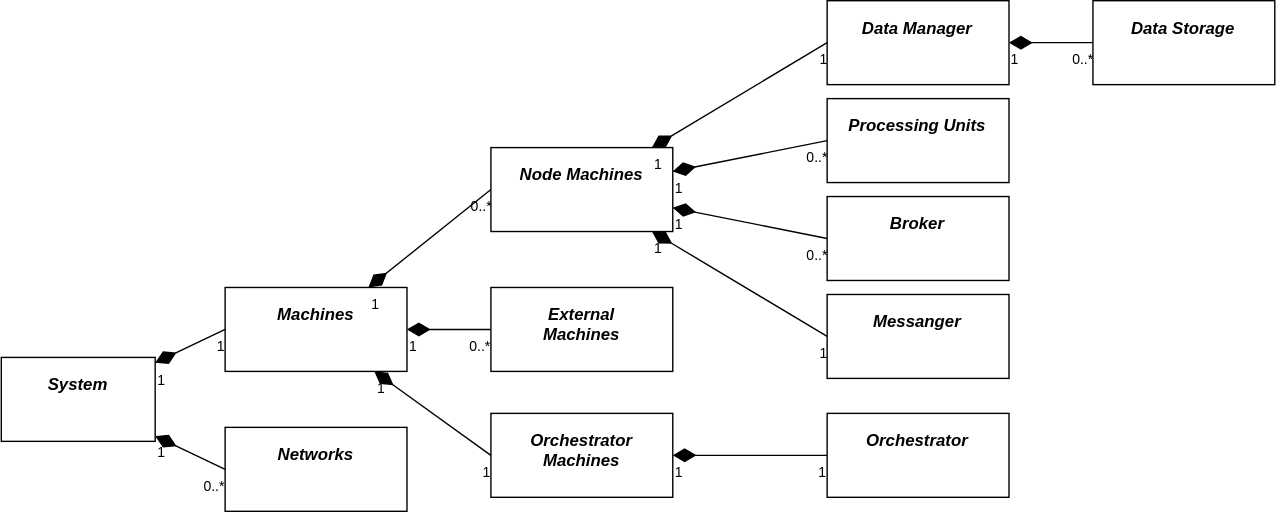
The draw.io diagram docs/draw.io/bdd.drawio.svg in happyearthbytes/first_test, before a commit. Source tidied: cells renumbered, new cells last; positions are measured from the earlier drawing's top-left corner, leaving out a move shared by most shapes.
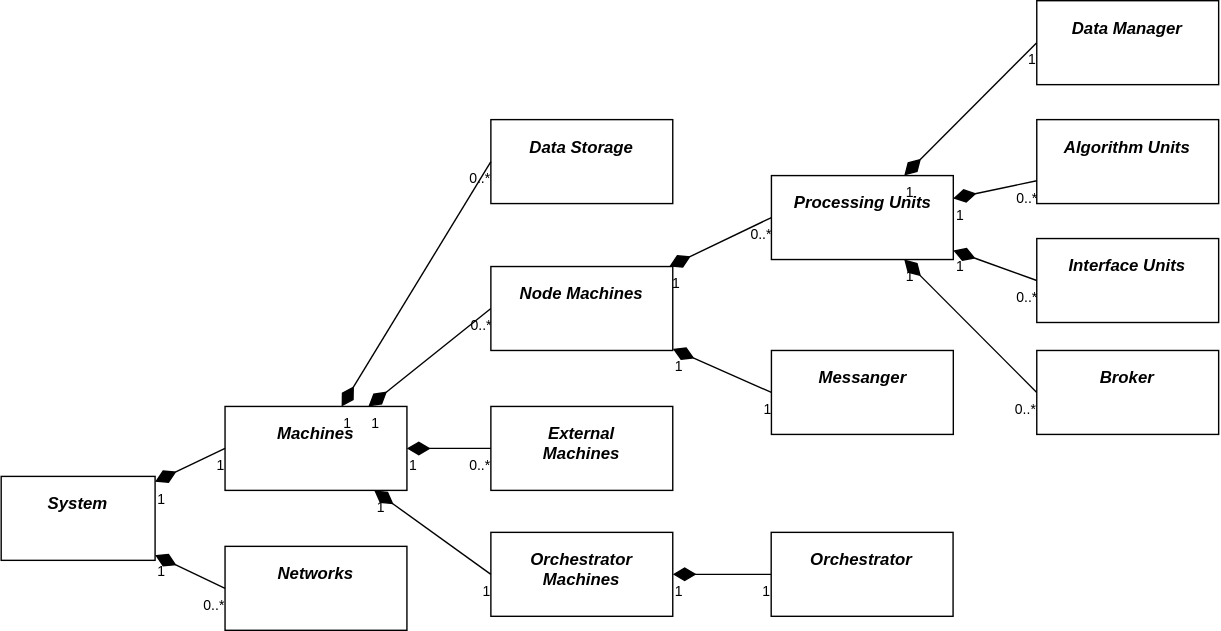
Later version of the same file.

The edit, as a diff of the source:
```diff
@@ -5,7 +5,7 @@
     <mxCell id="2" value="&lt;p style=&quot;margin: 13px&quot;&gt;&lt;b&gt;&lt;i&gt;System&lt;/i&gt;&lt;/b&gt;&lt;/p&gt;" style="shape=rect;html=1;overflow=fill;whiteSpace=wrap;align=center;" parent="1" vertex="1">
       <mxGeometry y="255" width="110" height="60" as="geometry" />
     </mxCell>
-    <mxCell id="3" style="align=right;html=1;verticalAlign=bottom;endArrow=none;startArrow=diamondThin;startSize=14;startFill=1;edgeStyle=none;strokeColor=#000000;fontColor=#000000;labelBackgroundColor=none;entryX=0;entryY=0.5;entryDx=0;entryDy=0;" parent="1" edge="1" source="30" target="6">
+    <mxCell id="3" style="align=right;html=1;verticalAlign=bottom;endArrow=none;startArrow=diamondThin;startSize=14;startFill=1;edgeStyle=none;strokeColor=#000000;fontColor=#000000;labelBackgroundColor=none;entryX=0;entryY=0.5;entryDx=0;entryDy=0;" parent="1" edge="1" source="11" target="6">
       <mxGeometry x="1" relative="1" as="geometry" />
     </mxCell>
     <mxCell id="4" value="1" style="html=1;align=left;verticalAlign=top;labelBackgroundColor=none;fontSize=10;fontColor=#000000;" parent="3" vertex="1">
@@ -15,7 +15,7 @@
       <mxGeometry x="1" relative="1" as="geometry" />
     </mxCell>
     <mxCell id="6" value="&lt;p style=&quot;margin: 13px&quot;&gt;&lt;b&gt;&lt;i&gt;Broker&lt;/i&gt;&lt;/b&gt;&lt;/p&gt;" style="shape=rect;html=1;overflow=fill;whiteSpace=wrap;align=center;" parent="1" vertex="1">
-      <mxGeometry x="590.4" y="140" width="130" height="60" as="geometry" />
+      <mxGeometry x="740.2" y="165" width="130" height="60" as="geometry" />
     </mxCell>
     <mxCell id="7" style="align=right;html=1;verticalAlign=bottom;endArrow=none;startArrow=diamondThin;startSize=14;startFill=1;edgeStyle=none;strokeColor=#000000;fontColor=#000000;labelBackgroundColor=none;entryX=0;entryY=0.5;entryDx=0;entryDy=0;" parent="1" edge="1" source="26" target="10">
       <mxGeometry x="1" relative="1" as="geometry" />
@@ -27,10 +27,10 @@
       <mxGeometry x="1" relative="1" as="geometry" />
     </mxCell>
     <mxCell id="10" value="&lt;p style=&quot;margin: 13px&quot;&gt;&lt;b&gt;&lt;i&gt;Orchestrator&lt;/i&gt;&lt;/b&gt;&lt;/p&gt;" style="shape=rect;html=1;overflow=fill;whiteSpace=wrap;align=center;" parent="1" vertex="1">
-      <mxGeometry x="590.4" y="295" width="130" height="60" as="geometry" />
+      <mxGeometry x="550.4" y="295" width="130" height="60" as="geometry" />
     </mxCell>
     <mxCell id="11" value="&lt;p style=&quot;margin: 13px&quot;&gt;&lt;b&gt;&lt;i&gt;Processing Units&lt;/i&gt;&lt;/b&gt;&lt;/p&gt;" style="shape=rect;html=1;overflow=fill;whiteSpace=wrap;align=center;" parent="1" vertex="1">
-      <mxGeometry x="590.4" y="70" width="130" height="60" as="geometry" />
+      <mxGeometry x="550.5" y="40" width="130" height="60" as="geometry" />
     </mxCell>
     <mxCell id="12" style="align=right;html=1;verticalAlign=bottom;endArrow=none;startArrow=diamondThin;startSize=14;startFill=1;edgeStyle=none;strokeColor=#000000;fontColor=#000000;labelBackgroundColor=none;entryX=0;entryY=0.5;entryDx=0;entryDy=0;" parent="1" edge="1" source="30" target="11">
       <mxGeometry x="1" relative="1" as="geometry" />
@@ -42,7 +42,7 @@
       <mxGeometry x="1" relative="1" as="geometry" />
     </mxCell>
     <mxCell id="15" value="&lt;p style=&quot;margin: 13px&quot;&gt;&lt;b&gt;&lt;i&gt;Messanger&lt;/i&gt;&lt;/b&gt;&lt;/p&gt;" style="shape=rect;html=1;overflow=fill;whiteSpace=wrap;align=center;" parent="1" vertex="1">
-      <mxGeometry x="590.4" y="210" width="130" height="60" as="geometry" />
+      <mxGeometry x="550.5" y="165" width="130" height="60" as="geometry" />
     </mxCell>
     <mxCell id="16" style="align=right;html=1;verticalAlign=bottom;endArrow=none;startArrow=diamondThin;startSize=14;startFill=1;edgeStyle=none;strokeColor=#000000;fontColor=#000000;labelBackgroundColor=none;entryX=0;entryY=0.5;entryDx=0;entryDy=0;" parent="1" edge="1" source="30" target="15">
       <mxGeometry x="1" relative="1" as="geometry" />
@@ -90,9 +90,9 @@
       <mxGeometry x="350" y="105" width="130" height="60" as="geometry" />
     </mxCell>
     <mxCell id="31" value="&lt;p style=&quot;margin: 13px&quot;&gt;&lt;b&gt;&lt;i&gt;Data Manager&lt;/i&gt;&lt;/b&gt;&lt;/p&gt;" style="shape=rect;html=1;overflow=fill;whiteSpace=wrap;align=center;" parent="1" vertex="1">
-      <mxGeometry x="590.4" width="130" height="60" as="geometry" />
+      <mxGeometry x="740.2" y="-85" width="130" height="60" as="geometry" />
     </mxCell>
-    <mxCell id="32" style="align=right;html=1;verticalAlign=bottom;endArrow=none;startArrow=diamondThin;startSize=14;startFill=1;edgeStyle=none;strokeColor=#000000;fontColor=#000000;labelBackgroundColor=none;entryX=0;entryY=0.5;entryDx=0;entryDy=0;" parent="1" edge="1" source="30" target="31">
+    <mxCell id="32" style="align=right;html=1;verticalAlign=bottom;endArrow=none;startArrow=diamondThin;startSize=14;startFill=1;edgeStyle=none;strokeColor=#000000;fontColor=#000000;labelBackgroundColor=none;entryX=0;entryY=0.5;entryDx=0;entryDy=0;" parent="1" edge="1" source="11" target="31">
       <mxGeometry x="1" relative="1" as="geometry" />
     </mxCell>
     <mxCell id="33" value="1" style="html=1;align=left;verticalAlign=top;labelBackgroundColor=none;fontSize=10;fontColor=#000000;" parent="32" vertex="1">
@@ -102,9 +102,9 @@
       <mxGeometry x="1" relative="1" as="geometry" />
     </mxCell>
     <mxCell id="35" value="&lt;p style=&quot;margin: 13px&quot;&gt;&lt;b&gt;&lt;i&gt;Data Storage&lt;/i&gt;&lt;/b&gt;&lt;/p&gt;" style="shape=rect;html=1;overflow=fill;whiteSpace=wrap;align=center;" parent="1" vertex="1">
-      <mxGeometry x="780.4" width="130" height="60" as="geometry" />
+      <mxGeometry x="350" width="130" height="60" as="geometry" />
     </mxCell>
-    <mxCell id="36" style="align=right;html=1;verticalAlign=bottom;endArrow=none;startArrow=diamondThin;startSize=14;startFill=1;edgeStyle=none;strokeColor=#000000;fontColor=#000000;labelBackgroundColor=none;entryX=0;entryY=0.5;entryDx=0;entryDy=0;" parent="1" edge="1" source="31" target="35">
+    <mxCell id="36" style="align=right;html=1;verticalAlign=bottom;endArrow=none;startArrow=diamondThin;startSize=14;startFill=1;edgeStyle=none;strokeColor=#000000;fontColor=#000000;labelBackgroundColor=none;entryX=0;entryY=0.5;entryDx=0;entryDy=0;" parent="1" edge="1" source="19" target="35">
       <mxGeometry x="1" relative="1" as="geometry" />
     </mxCell>
     <mxCell id="37" value="1" style="html=1;align=left;verticalAlign=top;labelBackgroundColor=none;fontSize=10;fontColor=#000000;" parent="36" vertex="1">
@@ -137,5 +137,29 @@
     <mxCell id="46" value="0..*" style="html=1;align=right;verticalAlign=top;labelBackgroundColor=none;fontSize=10;fontColor=#000000;" parent="44" vertex="1">
       <mxGeometry x="1" relative="1" as="geometry" />
     </mxCell>
+    <mxCell id="47" value="&lt;p style=&quot;margin: 13px&quot;&gt;&lt;b&gt;&lt;i&gt;Interface Units&lt;/i&gt;&lt;/b&gt;&lt;/p&gt;" style="shape=rect;html=1;overflow=fill;whiteSpace=wrap;align=center;" parent="1" vertex="1">
+      <mxGeometry x="740.2" y="85" width="130" height="60" as="geometry" />
+    </mxCell>
+    <mxCell id="48" style="align=right;html=1;verticalAlign=bottom;endArrow=none;startArrow=diamondThin;startSize=14;startFill=1;edgeStyle=none;strokeColor=#000000;fontColor=#000000;labelBackgroundColor=none;entryX=0;entryY=0.5;entryDx=0;entryDy=0;" parent="1" edge="1" source="11" target="47">
+      <mxGeometry x="1" relative="1" as="geometry" />
+    </mxCell>
+    <mxCell id="49" value="1" style="html=1;align=left;verticalAlign=top;labelBackgroundColor=none;fontSize=10;fontColor=#000000;" parent="48" vertex="1">
+      <mxGeometry x="-1" relative="1" as="geometry" />
+    </mxCell>
+    <mxCell id="50" value="0..*" style="html=1;align=right;verticalAlign=top;labelBackgroundColor=none;fontSize=10;fontColor=#000000;" parent="48" vertex="1">
+      <mxGeometry x="1" relative="1" as="geometry" />
+    </mxCell>
+    <mxCell id="51" value="&lt;p style=&quot;margin: 13px&quot;&gt;&lt;b&gt;&lt;i&gt;Algorithm Units&lt;/i&gt;&lt;/b&gt;&lt;/p&gt;" style="shape=rect;html=1;overflow=fill;whiteSpace=wrap;align=center;" parent="1" vertex="1">
+      <mxGeometry x="740.2" width="130" height="60" as="geometry" />
+    </mxCell>
+    <mxCell id="52" style="align=right;html=1;verticalAlign=bottom;endArrow=none;startArrow=diamondThin;startSize=14;startFill=1;edgeStyle=none;strokeColor=#000000;fontColor=#000000;labelBackgroundColor=none;" parent="1" edge="1" source="11" target="51">
+      <mxGeometry x="1" relative="1" as="geometry" />
+    </mxCell>
+    <mxCell id="53" value="1" style="html=1;align=left;verticalAlign=top;labelBackgroundColor=none;fontSize=10;fontColor=#000000;" parent="52" vertex="1">
+      <mxGeometry x="-1" relative="1" as="geometry" />
+    </mxCell>
+    <mxCell id="54" value="0..*" style="html=1;align=right;verticalAlign=top;labelBackgroundColor=none;fontSize=10;fontColor=#000000;" parent="52" vertex="1">
+      <mxGeometry x="1" relative="1" as="geometry" />
+    </mxCell>
   </root>
 </mxGraphModel>
```
